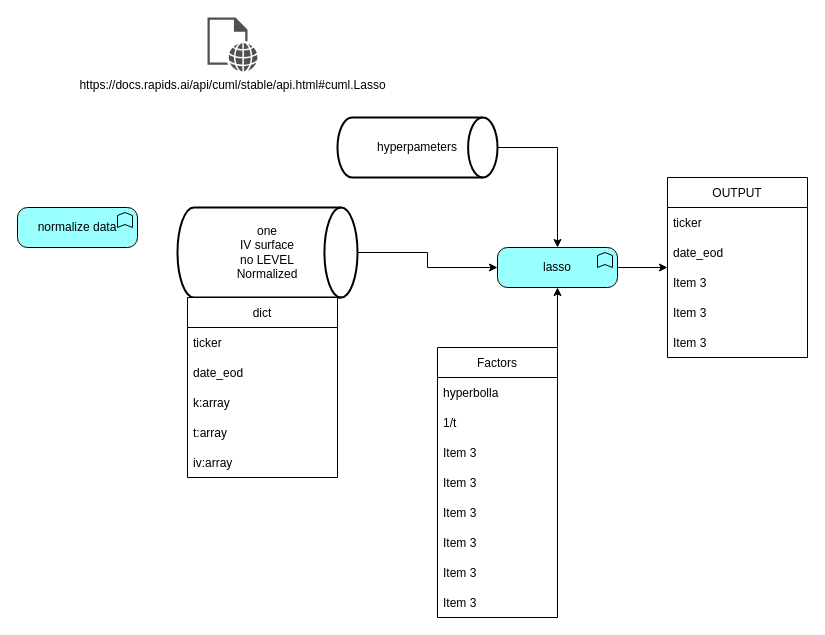
This is IV_factors.drawio from IDontReallyCode/IDontReallyCode, a draw.io file, before an edit. Source tidied: cells renumbered, new cells numbered last; positions are measured from the earlier drawing's top-left corner, leaving out a move shared by most shapes. Both pictures are drawn from the tidied source at 100%, with x=0, y=0 at pixel (17, 17).
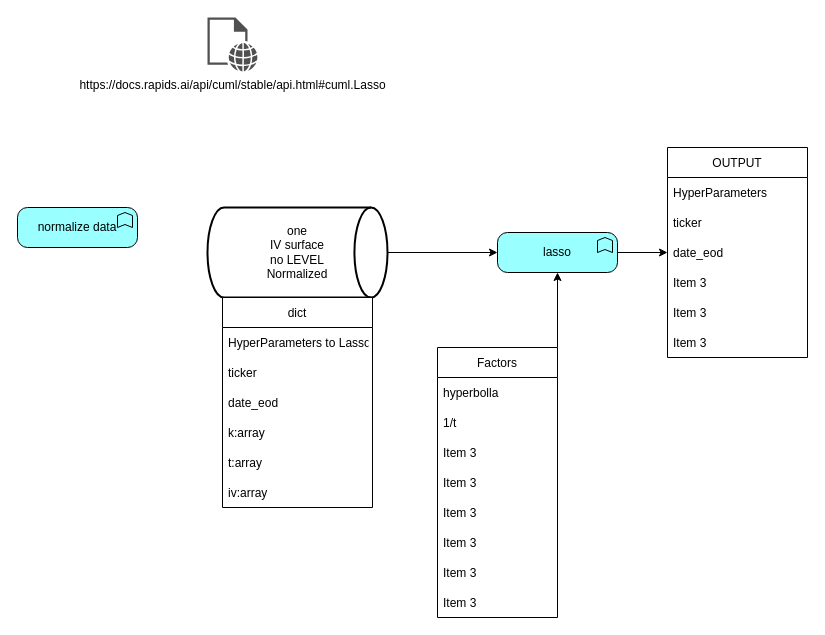
After the change.

The edit, as a diff of the source:
```diff
@@
     <mxCell id="3" value="lasso" style="html=1;outlineConnect=0;whiteSpace=wrap;fillColor=#99ffff;shape=mxgraph.archimate3.application;appType=func;archiType=rounded;" parent="1" vertex="1">
-      <mxGeometry x="480" y="230" width="120" height="40" as="geometry" />
+      <mxGeometry x="480" y="215" width="120" height="40" as="geometry" />
     </mxCell>
@@
     <mxCell id="15" value="&lt;div&gt;one&lt;/div&gt;&lt;div&gt;IV surface&lt;br&gt;&lt;/div&gt;&lt;div&gt;no LEVEL&lt;/div&gt;&lt;div&gt;Normalized&lt;br&gt;&lt;/div&gt;" style="strokeWidth=2;html=1;shape=mxgraph.flowchart.direct_data;whiteSpace=wrap;" parent="1" vertex="1">
-      <mxGeometry x="160" y="190" width="180" height="90" as="geometry" />
+      <mxGeometry x="190" y="190" width="180" height="90" as="geometry" />
     </mxCell>
     <mxCell id="16" value="OUTPUT" style="swimlane;fontStyle=0;horizontal=1;startSize=30;" parent="1" vertex="1">
-      <mxGeometry x="650" y="160" width="140" height="180" as="geometry" />
+      <mxGeometry x="650" y="130" width="140" height="210" as="geometry" />
     </mxCell>
+    <mxCell id="32" value="HyperParameters" style="text;strokeColor=none;fillColor=none;align=left;verticalAlign=middle;spacingLeft=4;spacingRight=4;overflow=hidden;" parent="16" vertex="1">
+      <mxGeometry y="30" width="140" height="30" as="geometry" />
+    </mxCell>
     <mxCell id="17" value="ticker" style="text;strokeColor=none;fillColor=none;align=left;verticalAlign=middle;spacingLeft=4;spacingRight=4;overflow=hidden;" parent="16" vertex="1">
-      <mxGeometry y="30" width="140" height="30" as="geometry" />
+      <mxGeometry y="60" width="140" height="30" as="geometry" />
     </mxCell>
     <mxCell id="18" value="date_eod" style="text;strokeColor=none;fillColor=none;align=left;verticalAlign=middle;spacingLeft=4;spacingRight=4;overflow=hidden;" parent="16" vertex="1">
-      <mxGeometry y="60" width="140" height="30" as="geometry" />
+      <mxGeometry y="90" width="140" height="30" as="geometry" />
     </mxCell>
     <mxCell id="19" value="Item 3" style="text;strokeColor=none;fillColor=none;align=left;verticalAlign=middle;spacingLeft=4;spacingRight=4;overflow=hidden;" parent="16" vertex="1">
-      <mxGeometry y="90" width="140" height="30" as="geometry" />
+      <mxGeometry y="120" width="140" height="30" as="geometry" />
     </mxCell>
     <mxCell id="20" value="Item 3" style="text;strokeColor=none;fillColor=none;align=left;verticalAlign=middle;spacingLeft=4;spacingRight=4;overflow=hidden;" parent="16" vertex="1">
-      <mxGeometry y="120" width="140" height="30" as="geometry" />
+      <mxGeometry y="150" width="140" height="30" as="geometry" />
     </mxCell>
     <mxCell id="21" value="Item 3" style="text;strokeColor=none;fillColor=none;align=left;verticalAlign=middle;spacingLeft=4;spacingRight=4;overflow=hidden;" parent="16" vertex="1">
-      <mxGeometry y="150" width="140" height="30" as="geometry" />
+      <mxGeometry y="180" width="140" height="30" as="geometry" />
     </mxCell>
-    <mxCell id="22" style="edgeStyle=orthogonalEdgeStyle;rounded=0;jettySize=auto;html=1;exitX=1;exitY=0.5;exitDx=0;exitDy=0;exitPerimeter=0;" parent="1" edge="1" source="23" target="3">
-      <mxGeometry relative="1" as="geometry" />
-    </mxCell>
-    <mxCell id="23" value="hyperpameters" style="strokeWidth=2;html=1;shape=mxgraph.flowchart.direct_data;whiteSpace=wrap;" parent="1" vertex="1">
-      <mxGeometry x="320" y="100" width="160" height="60" as="geometry" />
-    </mxCell>
     <mxCell id="24" value="dict" style="swimlane;fontStyle=0;horizontal=1;startSize=30;" parent="1" vertex="1">
-      <mxGeometry x="170" y="280" width="150" height="180" as="geometry" />
+      <mxGeometry x="205" y="280" width="150" height="210" as="geometry" />
     </mxCell>
+    <mxCell id="33" value="HyperParameters to Lasso" style="text;strokeColor=none;fillColor=none;align=left;verticalAlign=middle;spacingLeft=4;spacingRight=4;overflow=hidden;" parent="24" vertex="1">
+      <mxGeometry y="30" width="150" height="30" as="geometry" />
+    </mxCell>
     <mxCell id="25" value="ticker" style="text;strokeColor=none;fillColor=none;align=left;verticalAlign=middle;spacingLeft=4;spacingRight=4;overflow=hidden;" parent="24" vertex="1">
-      <mxGeometry y="30" width="150" height="30" as="geometry" />
+      <mxGeometry y="60" width="150" height="30" as="geometry" />
     </mxCell>
     <mxCell id="26" value="date_eod" style="text;strokeColor=none;fillColor=none;align=left;verticalAlign=middle;spacingLeft=4;spacingRight=4;overflow=hidden;" parent="24" vertex="1">
-      <mxGeometry y="60" width="150" height="30" as="geometry" />
+      <mxGeometry y="90" width="150" height="30" as="geometry" />
     </mxCell>
     <mxCell id="27" value="k:array" style="text;strokeColor=none;fillColor=none;align=left;verticalAlign=middle;spacingLeft=4;spacingRight=4;overflow=hidden;" parent="24" vertex="1">
-      <mxGeometry y="90" width="150" height="30" as="geometry" />
+      <mxGeometry y="120" width="150" height="30" as="geometry" />
     </mxCell>
     <mxCell id="28" value="t:array" style="text;strokeColor=none;fillColor=none;align=left;verticalAlign=middle;spacingLeft=4;spacingRight=4;overflow=hidden;" parent="24" vertex="1">
-      <mxGeometry y="120" width="150" height="30" as="geometry" />
+      <mxGeometry y="150" width="150" height="30" as="geometry" />
     </mxCell>
     <mxCell id="29" value="iv:array" style="text;strokeColor=none;fillColor=none;align=left;verticalAlign=middle;spacingLeft=4;spacingRight=4;overflow=hidden;" parent="24" vertex="1">
-      <mxGeometry y="150" width="150" height="30" as="geometry" />
+      <mxGeometry y="180" width="150" height="30" as="geometry" />
     </mxCell>
```
